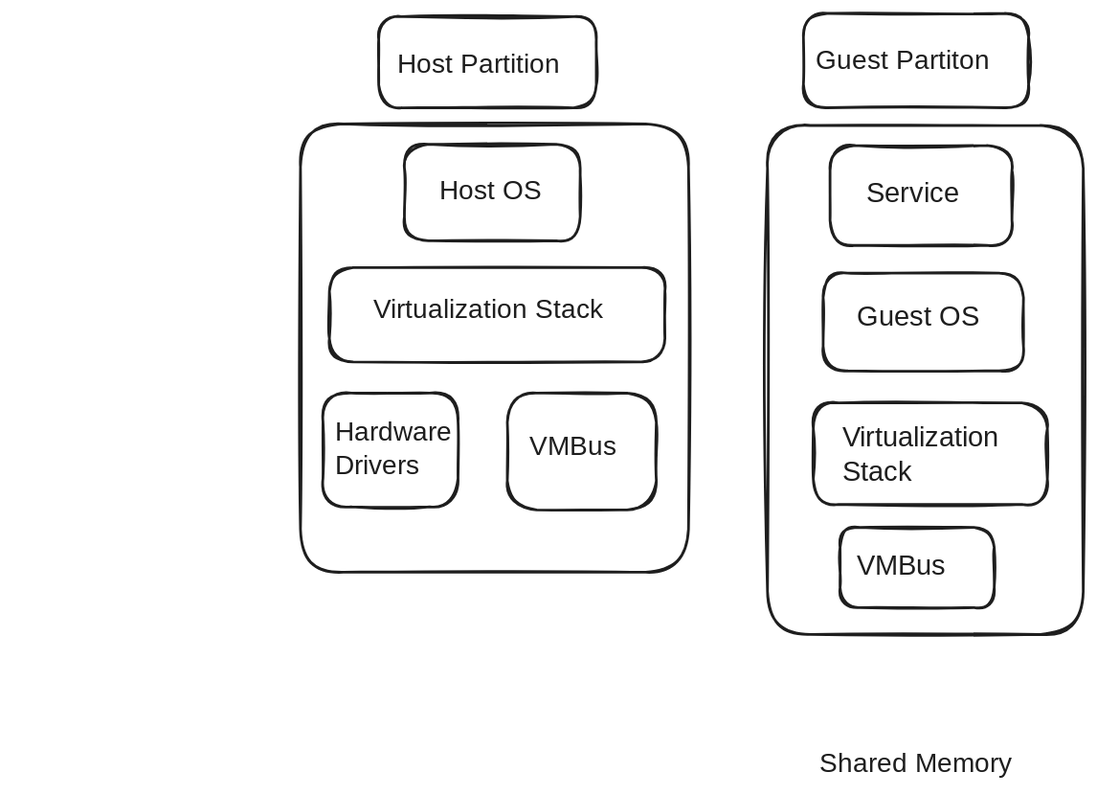
The Excalidraw diagram Notes Factory/Semister 5/CLD/qb/rough.excalidraw.svg in P7XCKD/NF, before a commit. Source tidied: one line per element, renumbered; positions are measured from the earlier drawing's top-left corner, leaving out a move shared by most shapes. Source of this version:
```json
{"id": 0, "type": "text", "text": "Shared Memory", "strokeColor": "#1e1e1e", "strokeWidth": 2, "roughness": 1, "fontSize": 20, "fontFamily": 5, "x": 387, "y": 548, "width": 146, "height": 25}
{"id": 1, "type": "text", "text": "Host Partition", "strokeColor": "#1e1e1e", "strokeWidth": 2, "roughness": 1, "fontSize": 20, "fontFamily": 5, "x": 72, "y": 26, "width": 141, "height": 25}
{"id": 2, "type": "text", "text": "Host OS", "strokeColor": "#1e1e1e", "strokeWidth": 2, "roughness": 1, "fontSize": 20, "fontFamily": 5, "x": 104, "y": 121, "width": 82, "height": 25}
{"id": 3, "type": "text", "text": "Virtualization Stack", "strokeColor": "#1e1e1e", "strokeWidth": 2, "roughness": 1, "fontSize": 20, "fontFamily": 5, "x": 54, "y": 210, "width": 194, "height": 25}
{"id": 4, "type": "text", "text": "Hardware\nDrivers", "strokeColor": "#1e1e1e", "strokeWidth": 2, "roughness": 1, "fontSize": 20, "fontFamily": 5, "x": 26, "y": 301, "width": 87, "height": 50}
{"id": 5, "type": "text", "text": "    VMBus", "strokeColor": "#1e1e1e", "strokeWidth": 2, "roughness": 1, "fontSize": 20, "fontFamily": 5, "x": 148, "y": 312, "width": 128, "height": 25}
{"id": 6, "type": "rectangle", "strokeColor": "#1e1e1e", "strokeWidth": 2, "roughness": 1, "round": true, "x": 58, "y": 2, "width": 162, "height": 68}
{"id": 7, "type": "rectangle", "strokeColor": "#1e1e1e", "strokeWidth": 2, "roughness": 1, "round": true, "x": 78, "y": 98, "width": 131, "height": 72}
{"id": 8, "type": "rectangle", "strokeColor": "#1e1e1e", "strokeWidth": 2, "roughness": 1, "round": true, "x": 22, "y": 190, "width": 250, "height": 70}
{"id": 9, "type": "rectangle", "strokeColor": "#1e1e1e", "strokeWidth": 2, "roughness": 1, "round": true, "x": 17, "y": 283, "width": 101, "height": 85}
{"id": 10, "type": "rectangle", "strokeColor": "#1e1e1e", "strokeWidth": 2, "roughness": 1, "round": true, "x": 154, "y": 283, "width": 111, "height": 87}
{"id": 11, "type": "rectangle", "strokeColor": "#1e1e1e", "strokeWidth": 2, "roughness": 1, "round": true, "x": 0, "y": 82, "width": 290, "height": 334}
{"id": 12, "type": "text", "text": "Service", "strokeColor": "#1e1e1e", "strokeWidth": 2, "roughness": 1, "fontSize": 20.69, "fontFamily": 5, "x": 423, "y": 123, "width": 71, "height": 26}
{"id": 13, "type": "text", "text": "Guest OS", "strokeColor": "#1e1e1e", "strokeWidth": 2, "roughness": 1, "fontSize": 20.69, "fontFamily": 5, "x": 415, "y": 214, "width": 100, "height": 26}
{"id": 14, "type": "text", "text": "Virtualization\nStack", "strokeColor": "#1e1e1e", "strokeWidth": 2, "roughness": 1, "fontSize": 20.69, "fontFamily": 5, "x": 405, "y": 305, "width": 134, "height": 52}
{"id": 15, "type": "text", "text": "    VMBus", "strokeColor": "#1e1e1e", "strokeWidth": 2, "roughness": 1, "fontSize": 20.69, "fontFamily": 5, "x": 392, "y": 400, "width": 133, "height": 26}
{"id": 16, "type": "rectangle", "strokeColor": "#1e1e1e", "strokeWidth": 2, "roughness": 1, "round": true, "x": 375, "y": 0, "width": 168, "height": 70}
{"id": 17, "type": "rectangle", "strokeColor": "#1e1e1e", "strokeWidth": 2, "roughness": 1, "round": true, "x": 395, "y": 99, "width": 136, "height": 75}
{"id": 18, "type": "rectangle", "strokeColor": "#1e1e1e", "strokeWidth": 2, "roughness": 1, "round": true, "x": 390, "y": 194, "width": 150, "height": 73}
{"id": 19, "type": "rectangle", "strokeColor": "#1e1e1e", "strokeWidth": 2, "roughness": 1, "round": true, "x": 383, "y": 291, "width": 175, "height": 76}
{"id": 20, "type": "rectangle", "strokeColor": "#1e1e1e", "strokeWidth": 2, "roughness": 1, "round": true, "x": 403, "y": 383, "width": 115, "height": 60}
{"id": 21, "type": "rectangle", "strokeColor": "#1e1e1e", "strokeWidth": 2, "roughness": 1, "round": true, "x": 349, "y": 84, "width": 236, "height": 380}
{"id": 22, "type": "text", "text": "Guest Partiton", "strokeColor": "#1e1e1e", "backgroundColor": "#ffffff", "fillStyle": "solid", "strokeWidth": 2, "roughness": 1, "fontSize": 20, "fontFamily": 5, "x": 385, "y": 24, "width": 151, "height": 25}
```
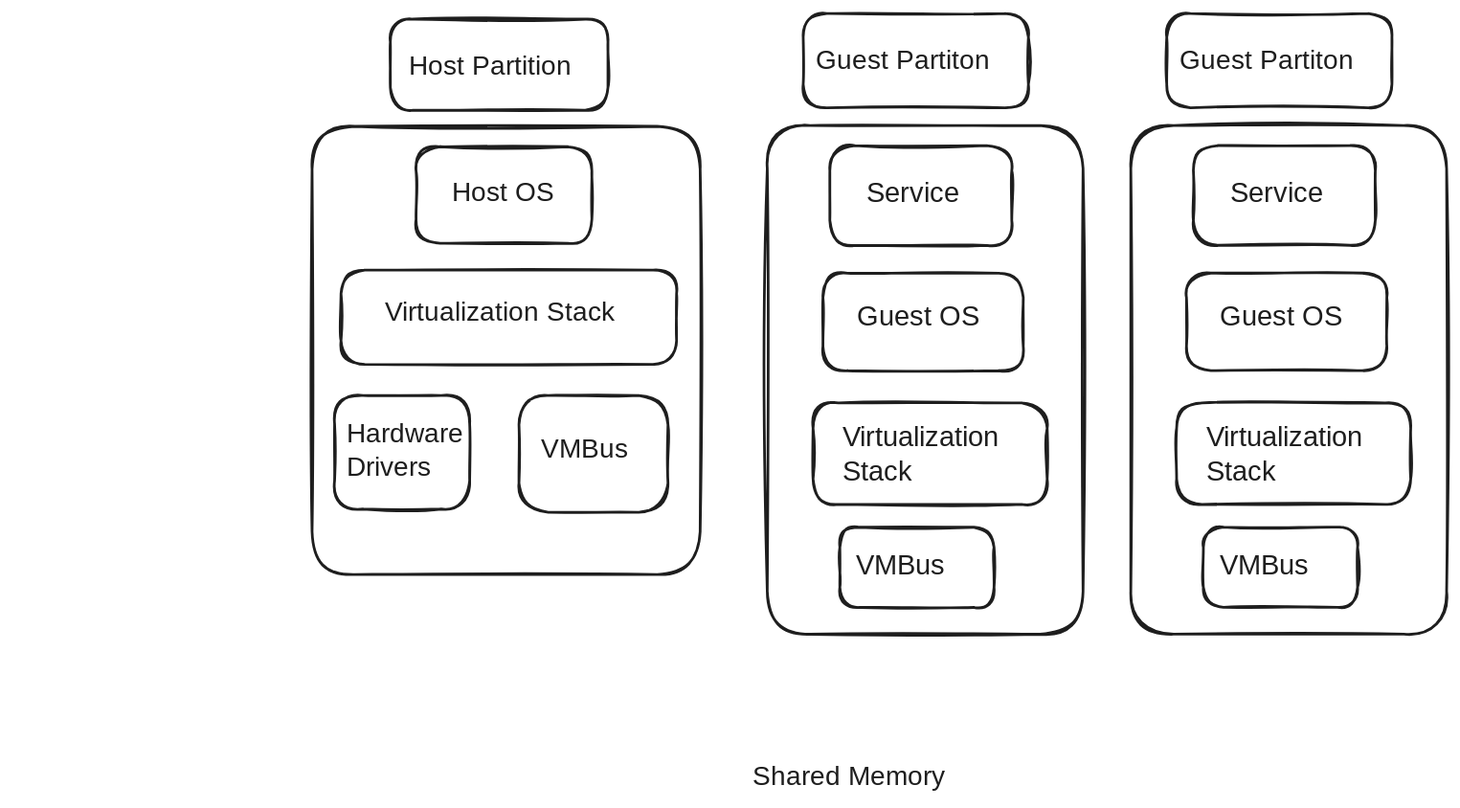
After the commit.

What changed in the source:
```diff
@@ -1,15 +1,16 @@
-{"id": 0, "type": "text", "text": "Shared Memory", "strokeColor": "#1e1e1e", "strokeWidth": 2, "roughness": 1, "fontSize": 20, "fontFamily": 5, "x": 387, "y": 548, "width": 146, "height": 25}
+{"id": 0, "type": "text", "text": "Shared Memory", "strokeColor": "#1e1e1e", "strokeWidth": 2, "roughness": 1, "fontSize": 20, "fontFamily": 5, "x": 337, "y": 558, "width": 146, "height": 25}
-{"id": 1, "type": "text", "text": "Host Partition", "strokeColor": "#1e1e1e", "strokeWidth": 2, "roughness": 1, "fontSize": 20, "fontFamily": 5, "x": 72, "y": 26, "width": 141, "height": 25}
+{"id": 1, "type": "text", "text": "Host Partition", "strokeColor": "#1e1e1e", "strokeWidth": 2, "roughness": 1, "fontSize": 20, "fontFamily": 5, "x": 81, "y": 28, "width": 141, "height": 25}
-{"id": 2, "type": "text", "text": "Host OS", "strokeColor": "#1e1e1e", "strokeWidth": 2, "roughness": 1, "fontSize": 20, "fontFamily": 5, "x": 104, "y": 121, "width": 82, "height": 25}
+{"id": 2, "type": "text", "text": "Host OS", "strokeColor": "#1e1e1e", "strokeWidth": 2, "roughness": 1, "fontSize": 20, "fontFamily": 5, "x": 113, "y": 123, "width": 82, "height": 25}
-{"id": 3, "type": "text", "text": "Virtualization Stack", "strokeColor": "#1e1e1e", "strokeWidth": 2, "roughness": 1, "fontSize": 20, "fontFamily": 5, "x": 54, "y": 210, "width": 194, "height": 25}
+{"id": 3, "type": "text", "text": "Virtualization Stack", "strokeColor": "#1e1e1e", "strokeWidth": 2, "roughness": 1, "fontSize": 20, "fontFamily": 5, "x": 63, "y": 211, "width": 194, "height": 25}
-{"id": 4, "type": "text", "text": "Hardware\nDrivers", "strokeColor": "#1e1e1e", "strokeWidth": 2, "roughness": 1, "fontSize": 20, "fontFamily": 5, "x": 26, "y": 301, "width": 87, "height": 50}
+{"id": 4, "type": "text", "text": "Hardware\nDrivers", "strokeColor": "#1e1e1e", "strokeWidth": 2, "roughness": 1, "fontSize": 20, "fontFamily": 5, "x": 34, "y": 303, "width": 87, "height": 50}
-{"id": 5, "type": "text", "text": "    VMBus", "strokeColor": "#1e1e1e", "strokeWidth": 2, "roughness": 1, "fontSize": 20, "fontFamily": 5, "x": 148, "y": 312, "width": 128, "height": 25}
+{"id": 5, "type": "text", "text": "    VMBus", "strokeColor": "#1e1e1e", "strokeWidth": 2, "roughness": 1, "fontSize": 20, "fontFamily": 5, "x": 157, "y": 314, "width": 128, "height": 25}
-{"id": 6, "type": "rectangle", "strokeColor": "#1e1e1e", "strokeWidth": 2, "roughness": 1, "round": true, "x": 58, "y": 2, "width": 162, "height": 68}
+{"id": 6, "type": "rectangle", "strokeColor": "#1e1e1e", "strokeWidth": 2, "roughness": 1, "round": true, "x": 67, "y": 4, "width": 162, "height": 68}
-{"id": 7, "type": "rectangle", "strokeColor": "#1e1e1e", "strokeWidth": 2, "roughness": 1, "round": true, "x": 78, "y": 98, "width": 131, "height": 72}
+{"id": 7, "type": "rectangle", "strokeColor": "#1e1e1e", "strokeWidth": 2, "roughness": 1, "round": true, "x": 86, "y": 99, "width": 131, "height": 72}
-{"id": 8, "type": "rectangle", "strokeColor": "#1e1e1e", "strokeWidth": 2, "roughness": 1, "round": true, "x": 22, "y": 190, "width": 250, "height": 70}
+{"id": 8, "type": "rectangle", "strokeColor": "#1e1e1e", "strokeWidth": 2, "roughness": 1, "round": true, "x": 30, "y": 191, "width": 250, "height": 70}
-{"id": 9, "type": "rectangle", "strokeColor": "#1e1e1e", "strokeWidth": 2, "roughness": 1, "round": true, "x": 17, "y": 283, "width": 101, "height": 85}
+{"id": 9, "type": "rectangle", "strokeColor": "#1e1e1e", "strokeWidth": 2, "roughness": 1, "round": true, "x": 26, "y": 285, "width": 101, "height": 85}
-{"id": 10, "type": "rectangle", "strokeColor": "#1e1e1e", "strokeWidth": 2, "roughness": 1, "round": true, "x": 154, "y": 283, "width": 111, "height": 87}
+{"id": 10, "type": "rectangle", "strokeColor": "#1e1e1e", "strokeWidth": 2, "roughness": 1, "round": true, "x": 163, "y": 285, "width": 111, "height": 87}
-{"id": 11, "type": "rectangle", "strokeColor": "#1e1e1e", "strokeWidth": 2, "roughness": 1, "round": true, "x": 0, "y": 82, "width": 290, "height": 334}
+{"id": 11, "type": "rectangle", "strokeColor": "#1e1e1e", "strokeWidth": 2, "roughness": 1, "round": true, "x": 9, "y": 84, "width": 290, "height": 334}
+{"id": 21, "type": "rectangle", "strokeColor": "#1e1e1e", "strokeWidth": 2, "roughness": 1, "round": true, "x": 349, "y": 84, "width": 236, "height": 380}
 {"id": 12, "type": "text", "text": "Service", "strokeColor": "#1e1e1e", "strokeWidth": 2, "roughness": 1, "fontSize": 20.69, "fontFamily": 5, "x": 423, "y": 123, "width": 71, "height": 26}
 {"id": 13, "type": "text", "text": "Guest OS", "strokeColor": "#1e1e1e", "strokeWidth": 2, "roughness": 1, "fontSize": 20.69, "fontFamily": 5, "x": 415, "y": 214, "width": 100, "height": 26}
 {"id": 14, "type": "text", "text": "Virtualization\nStack", "strokeColor": "#1e1e1e", "strokeWidth": 2, "roughness": 1, "fontSize": 20.69, "fontFamily": 5, "x": 405, "y": 305, "width": 134, "height": 52}
@@ -19,5 +20,15 @@
 {"id": 18, "type": "rectangle", "strokeColor": "#1e1e1e", "strokeWidth": 2, "roughness": 1, "round": true, "x": 390, "y": 194, "width": 150, "height": 73}
 {"id": 19, "type": "rectangle", "strokeColor": "#1e1e1e", "strokeWidth": 2, "roughness": 1, "round": true, "x": 383, "y": 291, "width": 175, "height": 76}
 {"id": 20, "type": "rectangle", "strokeColor": "#1e1e1e", "strokeWidth": 2, "roughness": 1, "round": true, "x": 403, "y": 383, "width": 115, "height": 60}
-{"id": 21, "type": "rectangle", "strokeColor": "#1e1e1e", "strokeWidth": 2, "roughness": 1, "round": true, "x": 349, "y": 84, "width": 236, "height": 380}
 {"id": 22, "type": "text", "text": "Guest Partiton", "strokeColor": "#1e1e1e", "backgroundColor": "#ffffff", "fillStyle": "solid", "strokeWidth": 2, "roughness": 1, "fontSize": 20, "fontFamily": 5, "x": 385, "y": 24, "width": 151, "height": 25}
+{"id": 23, "type": "rectangle", "strokeColor": "#1e1e1e", "strokeWidth": 2, "roughness": 1, "round": true, "x": 620, "y": 84, "width": 236, "height": 380}
+{"id": 24, "type": "text", "text": "Service", "strokeColor": "#1e1e1e", "strokeWidth": 2, "roughness": 1, "fontSize": 20.69, "fontFamily": 5, "x": 694, "y": 122, "width": 71, "height": 26}
+{"id": 25, "type": "text", "text": "Guest OS", "strokeColor": "#1e1e1e", "strokeWidth": 2, "roughness": 1, "fontSize": 20.69, "fontFamily": 5, "x": 687, "y": 214, "width": 100, "height": 26}
+{"id": 26, "type": "text", "text": "Virtualization\nStack", "strokeColor": "#1e1e1e", "strokeWidth": 2, "roughness": 1, "fontSize": 20.69, "fontFamily": 5, "x": 676, "y": 305, "width": 134, "height": 52}
+{"id": 27, "type": "text", "text": "    VMBus", "strokeColor": "#1e1e1e", "strokeWidth": 2, "roughness": 1, "fontSize": 20.69, "fontFamily": 5, "x": 663, "y": 400, "width": 133, "height": 26}
+{"id": 28, "type": "rectangle", "strokeColor": "#1e1e1e", "strokeWidth": 2, "roughness": 1, "round": true, "x": 647, "y": 0, "width": 168, "height": 70}
+{"id": 29, "type": "rectangle", "strokeColor": "#1e1e1e", "strokeWidth": 2, "roughness": 1, "round": true, "x": 667, "y": 98, "width": 136, "height": 75}
+{"id": 30, "type": "rectangle", "strokeColor": "#1e1e1e", "strokeWidth": 2, "roughness": 1, "round": true, "x": 661, "y": 194, "width": 150, "height": 73}
+{"id": 31, "type": "rectangle", "strokeColor": "#1e1e1e", "strokeWidth": 2, "roughness": 1, "round": true, "x": 654, "y": 291, "width": 175, "height": 76}
+{"id": 32, "type": "rectangle", "strokeColor": "#1e1e1e", "strokeWidth": 2, "roughness": 1, "round": true, "x": 674, "y": 383, "width": 115, "height": 60}
+{"id": 33, "type": "text", "text": "Guest Partiton", "strokeColor": "#1e1e1e", "backgroundColor": "#ffffff", "fillStyle": "solid", "strokeWidth": 2, "roughness": 1, "fontSize": 20, "fontFamily": 5, "x": 656, "y": 24, "width": 151, "height": 25}
```
